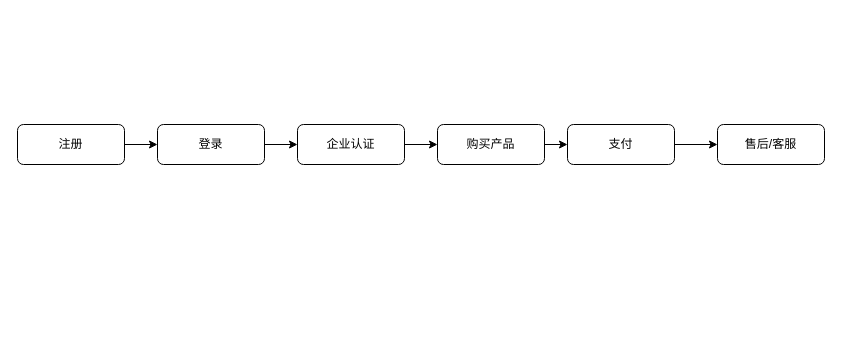
This is page "主线流程" (2 of 6) of 注册.drawio from janzhou123/mydraw, a draw.io file, before an edit. Source tidied: cells renumbered, new cells numbered last; positions are measured from the earlier drawing's top-left corner, leaving out a move shared by most shapes. Both pictures are drawn from the tidied source at 100%, with x=0, y=0 at pixel (17, 124).
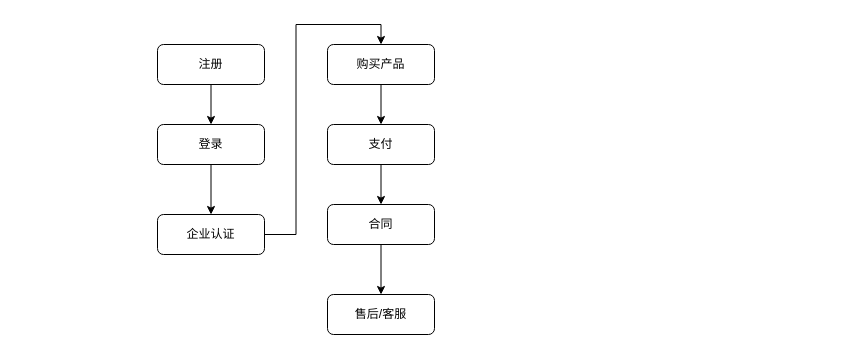
Above is the later version.

Change to the diagram source:
```diff
@@
 <mxGraphModel>
   <root>
     <mxCell id="0" />
     <mxCell id="1" parent="0" />
     <mxCell id="2" style="edgeStyle=orthogonalEdgeStyle;rounded=0;jettySize=auto;html=1;" parent="1" edge="1" source="3" target="5">
       <mxGeometry relative="1" as="geometry" />
     </mxCell>
     <mxCell id="3" value="注册" style="rounded=1;whiteSpace=wrap;html=1;" parent="1" vertex="1">
-      <mxGeometry width="107" height="40" as="geometry" />
+      <mxGeometry x="140" y="-80" width="107" height="40" as="geometry" />
     </mxCell>
     <mxCell id="4" style="edgeStyle=orthogonalEdgeStyle;rounded=0;jettySize=auto;html=1;" parent="1" edge="1" source="5" target="7">
       <mxGeometry relative="1" as="geometry" />
     </mxCell>
     <mxCell id="5" value="登录" style="rounded=1;whiteSpace=wrap;html=1;" parent="1" vertex="1">
       <mxGeometry x="140" width="107" height="40" as="geometry" />
     </mxCell>
-    <mxCell id="6" style="edgeStyle=orthogonalEdgeStyle;rounded=0;jettySize=auto;html=1;" parent="1" edge="1" source="7" target="9">
+    <mxCell id="6" style="edgeStyle=orthogonalEdgeStyle;rounded=0;jettySize=auto;html=1;entryX=0.5;entryY=0;entryDx=0;entryDy=0;" parent="1" edge="1" source="7" target="9">
       <mxGeometry relative="1" as="geometry" />
     </mxCell>
     <mxCell id="7" value="企业认证" style="rounded=1;whiteSpace=wrap;html=1;" parent="1" vertex="1">
-      <mxGeometry x="280" width="107" height="40" as="geometry" />
+      <mxGeometry x="140" y="90" width="107" height="40" as="geometry" />
     </mxCell>
     <mxCell id="8" style="edgeStyle=orthogonalEdgeStyle;rounded=0;jettySize=auto;html=1;" parent="1" edge="1" source="9" target="11">
       <mxGeometry relative="1" as="geometry" />
     </mxCell>
     <mxCell id="9" value="购买产品" style="rounded=1;whiteSpace=wrap;html=1;" parent="1" vertex="1">
-      <mxGeometry x="420" width="107" height="40" as="geometry" />
+      <mxGeometry x="310" y="-80" width="107" height="40" as="geometry" />
     </mxCell>
     <mxCell id="10" style="edgeStyle=orthogonalEdgeStyle;rounded=0;jettySize=auto;html=1;" parent="1" edge="1" source="11" target="12">
       <mxGeometry relative="1" as="geometry" />
     </mxCell>
     <mxCell id="11" value="支付" style="rounded=1;whiteSpace=wrap;html=1;" parent="1" vertex="1">
-      <mxGeometry x="550" width="107" height="40" as="geometry" />
+      <mxGeometry x="310" width="107" height="40" as="geometry" />
     </mxCell>
+    <mxCell id="13" style="edgeStyle=orthogonalEdgeStyle;rounded=0;jettySize=auto;html=1;" parent="1" edge="1" source="12" target="14">
+      <mxGeometry relative="1" as="geometry" />
+    </mxCell>
-    <mxCell id="12" value="售后/客服" style="rounded=1;whiteSpace=wrap;html=1;" parent="1" vertex="1">
-      <mxGeometry x="700" width="107" height="40" as="geometry" />
+    <mxCell id="12" value="合同" style="rounded=1;whiteSpace=wrap;html=1;" parent="1" vertex="1">
+      <mxGeometry x="310" y="80" width="107" height="40" as="geometry" />
     </mxCell>
+    <mxCell id="14" value="售后/客服" style="rounded=1;whiteSpace=wrap;html=1;" parent="1" vertex="1">
+      <mxGeometry x="310" y="170" width="107" height="40" as="geometry" />
+    </mxCell>
   </root>
 </mxGraphModel>
```
